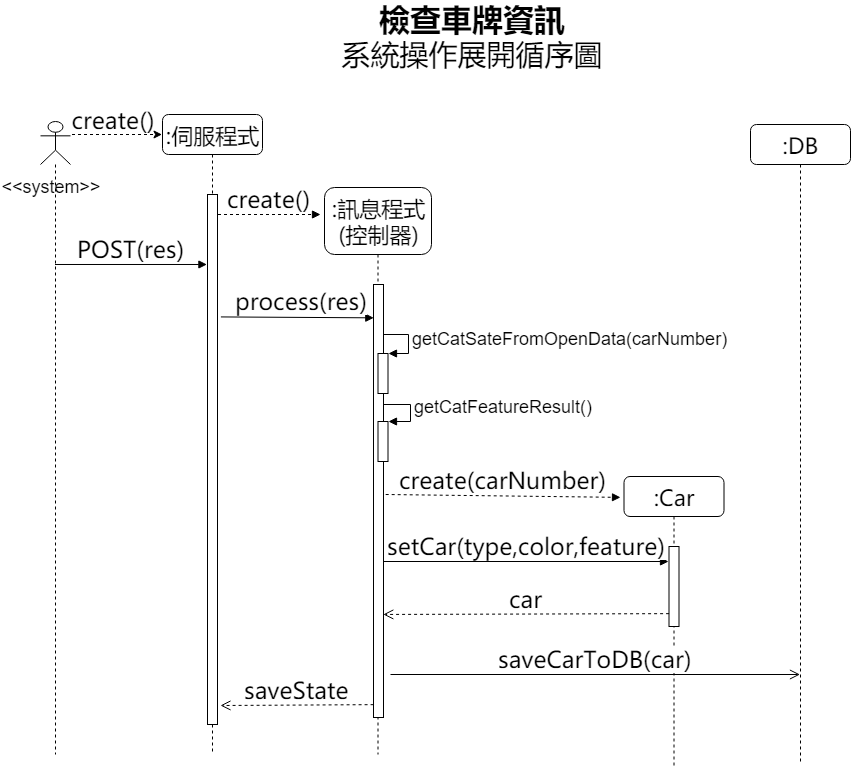
YoShane/OO_Assignment keeps this draw.io diagram as sequence_diagram2.png. Above is the earlier version. Source tidied: cells renumbered, new cells last; positions are measured from the earlier drawing's top-left corner, leaving out a move shared by most shapes. The source it was exported from:
```xml
<mxGraphModel background="#ffffff">
  <root>
    <mxCell id="0" />
    <mxCell id="1" parent="0" />
    <mxCell id="2" value="&lt;font style=&quot;font-size: 31px&quot;&gt;&lt;b&gt;檢查車牌資訊&lt;/b&gt;&lt;/font&gt;&lt;br&gt;系統操作展開循序圖" style="text;html=1;strokeColor=none;fillColor=none;align=center;verticalAlign=middle;whiteSpace=wrap;rounded=0;fontFamily= Microsoft Yahei;fontSize=29;" parent="1" vertex="1">
      <mxGeometry x="280" width="323" height="20" as="geometry" />
    </mxCell>
    <mxCell id="3" value=":訊息程式&lt;br&gt;(控制器)" style="shape=umlLifeline;perimeter=lifelinePerimeter;whiteSpace=wrap;html=1;rounded=1;shadow=0;comic=0;labelBackgroundColor=none;strokeColor=#000000;strokeWidth=1;fillColor=#FFFFFF;fontFamily= Microsoft Yahei;fontSize=22;fontColor=#000000;align=center;size=67;" parent="1" vertex="1">
      <mxGeometry x="294" y="163" width="107" height="567" as="geometry" />
    </mxCell>
    <mxCell id="4" style="html=1;points=[];perimeter=orthogonalPerimeter;rounded=0;shadow=0;comic=0;labelBackgroundColor=none;strokeColor=#000000;strokeWidth=1;fillColor=#FFFFFF;fontFamily= Microsoft Yahei;fontSize=23;fontColor=#000000;align=center;" parent="3" vertex="1">
      <mxGeometry x="49" y="97" width="10" height="433" as="geometry" />
    </mxCell>
    <mxCell id="5" style="html=1;points=[];perimeter=orthogonalPerimeter;" parent="3" vertex="1">
      <mxGeometry x="53.5" y="166" width="10" height="40" as="geometry" />
    </mxCell>
    <mxCell id="6" value="getCatSateFromOpenData(carNumber)" style="edgeStyle=orthogonalEdgeStyle;html=1;align=left;spacingLeft=2;endArrow=block;rounded=0;entryX=1;entryY=0;fontSize=18;" parent="3" edge="1" target="5">
      <mxGeometry relative="1" as="geometry">
        <mxPoint x="58.5" y="151" as="sourcePoint" />
        <Array as="points">
          <mxPoint x="59" y="147" />
          <mxPoint x="84" y="147" />
          <mxPoint x="84" y="166" />
        </Array>
      </mxGeometry>
    </mxCell>
    <mxCell id="7" style="html=1;points=[];perimeter=orthogonalPerimeter;" parent="3" vertex="1">
      <mxGeometry x="53.5" y="234" width="10" height="40" as="geometry" />
    </mxCell>
    <mxCell id="8" value="getCatFeatureResult()" style="edgeStyle=orthogonalEdgeStyle;html=1;align=left;spacingLeft=2;endArrow=block;rounded=0;entryX=1;entryY=0;fontSize=18;exitX=0.983;exitY=0.293;exitDx=0;exitDy=0;exitPerimeter=0;" parent="3" edge="1" source="4" target="7">
      <mxGeometry relative="1" as="geometry">
        <Array as="points">
          <mxPoint x="86" y="217" />
          <mxPoint x="86" y="234" />
        </Array>
      </mxGeometry>
    </mxCell>
    <mxCell id="9" value=":DB" style="shape=umlLifeline;perimeter=lifelinePerimeter;whiteSpace=wrap;html=1;outlineConnect=0;rounded=1;shadow=0;comic=0;labelBackgroundColor=none;strokeColor=#000000;strokeWidth=1;fillColor=#FFFFFF;fontFamily= Microsoft Yahei;fontSize=22;fontColor=#000000;align=center;" parent="1" vertex="1">
      <mxGeometry x="720" y="100" width="100" height="640" as="geometry" />
    </mxCell>
    <mxCell id="10" value=":Car" style="shape=umlLifeline;perimeter=lifelinePerimeter;whiteSpace=wrap;html=1;outlineConnect=0;rounded=1;shadow=0;comic=0;labelBackgroundColor=none;strokeColor=#000000;strokeWidth=1;fillColor=#FFFFFF;fontFamily= Microsoft Yahei;fontSize=22;fontColor=#000000;align=center;" parent="1" vertex="1">
      <mxGeometry x="593.5" y="452" width="100" height="290" as="geometry" />
    </mxCell>
    <mxCell id="11" style="html=1;perimeter=orthogonalPerimeter;rounded=0;shadow=0;comic=0;labelBackgroundColor=none;strokeColor=#000000;strokeWidth=1;fillColor=#FFFFFF;fontFamily= Microsoft Yahei;fontSize=23;fontColor=#000000;align=center;" parent="10" vertex="1">
      <mxGeometry x="45" y="70" width="10" height="80" as="geometry" />
    </mxCell>
    <mxCell id="12" value=":伺服程式" style="shape=umlLifeline;perimeter=lifelinePerimeter;whiteSpace=wrap;html=1;rounded=1;shadow=0;comic=0;labelBackgroundColor=none;strokeColor=#000000;strokeWidth=1;fillColor=#FFFFFF;fontFamily= Microsoft Yahei;fontSize=22;fontColor=#000000;align=center;" parent="1" vertex="1">
      <mxGeometry x="132" y="90" width="100" height="640" as="geometry" />
    </mxCell>
    <mxCell id="13" style="html=1;points=[];perimeter=orthogonalPerimeter;rounded=0;shadow=0;comic=0;labelBackgroundColor=none;strokeColor=#000000;strokeWidth=1;fillColor=#FFFFFF;fontFamily= Microsoft Yahei;fontSize=23;fontColor=#000000;align=center;" parent="12" vertex="1">
      <mxGeometry x="45" y="80" width="10" height="530" as="geometry" />
    </mxCell>
    <mxCell id="14" value="create()" style="html=1;verticalAlign=bottom;endArrow=block;labelBackgroundColor=none;fontFamily= Microsoft Yahei;fontSize=23;elbow=vertical;dashed=1;" parent="1" edge="1">
      <mxGeometry relative="1" as="geometry">
        <mxPoint x="187.5" y="190" as="sourcePoint" />
        <mxPoint x="290" y="190" as="targetPoint" />
      </mxGeometry>
    </mxCell>
    <mxCell id="15" value="&lt;span style=&quot;font-size: 23px;&quot;&gt;create(carNumber)&lt;/span&gt;" style="html=1;verticalAlign=bottom;endArrow=block;labelBackgroundColor=none;fontFamily= Microsoft Yahei;fontSize=23;elbow=vertical;exitX=1.22;exitY=0.485;exitDx=0;exitDy=0;exitPerimeter=0;dashed=1;entryX=-0.035;entryY=0.072;entryDx=0;entryDy=0;entryPerimeter=0;" parent="1" edge="1" source="4" target="10">
      <mxGeometry relative="1" as="geometry" />
    </mxCell>
    <mxCell id="16" value="setCar(type,color,feature)" style="html=1;verticalAlign=bottom;endArrow=block;fontSize=23;fontFamily= Microsoft Yahei;" parent="1" edge="1">
      <mxGeometry relative="1" as="geometry">
        <mxPoint x="353" y="537" as="sourcePoint" />
        <mxPoint x="638" y="537" as="targetPoint" />
      </mxGeometry>
    </mxCell>
    <mxCell id="17" value="car" style="html=1;verticalAlign=bottom;endArrow=open;dashed=1;endSize=8;fontSize=23;exitX=-0.241;exitY=0.838;exitDx=0;exitDy=0;exitPerimeter=0;entryX=0.98;entryY=0.762;entryDx=0;entryDy=0;entryPerimeter=0;fontFamily= Microsoft Yahei;" parent="1" edge="1" target="4">
      <mxGeometry relative="1" as="geometry">
        <mxPoint x="638.6" y="589.2" as="sourcePoint" />
      </mxGeometry>
    </mxCell>
    <mxCell id="18" style="edgeStyle=none;rounded=0;orthogonalLoop=1;jettySize=auto;html=1;dashed=1;fontSize=23;fontFamily= Microsoft Yahei;" parent="1" edge="1">
      <mxGeometry relative="1" as="geometry">
        <mxPoint x="41.5" y="110" as="sourcePoint" />
        <mxPoint x="131.5" y="110" as="targetPoint" />
      </mxGeometry>
    </mxCell>
    <mxCell id="19" value="&lt;span style=&quot;font-size: 23px; white-space: nowrap;&quot;&gt;create()&lt;/span&gt;" style="text;html=1;strokeColor=none;fillColor=none;align=center;verticalAlign=middle;whiteSpace=wrap;rounded=0;fontSize=23;fontFamily= Microsoft Yahei;" parent="1" vertex="1">
      <mxGeometry x="61.5" y="85" width="40" height="20" as="geometry" />
    </mxCell>
    <mxCell id="20" style="shape=umlLifeline;participant=umlActor;perimeter=lifelinePerimeter;whiteSpace=wrap;html=1;verticalAlign=top;spacingTop=36;labelBackgroundColor=#ffffff;outlineConnect=0;fontSize=23;fontFamily= Microsoft Yahei;size=43;" parent="1" vertex="1">
      <mxGeometry x="10" y="97" width="30" height="633" as="geometry" />
    </mxCell>
    <mxCell id="21" value="&amp;lt;&amp;lt;system&amp;gt;&amp;gt;" style="text;html=1;strokeColor=none;fillColor=none;align=center;verticalAlign=middle;whiteSpace=wrap;rounded=0;fontSize=18;" parent="20" vertex="1">
      <mxGeometry x="-10" y="56" width="40" height="20" as="geometry" />
    </mxCell>
    <mxCell id="22" value="&lt;font style=&quot;font-size: 23px&quot;&gt;process(res)&lt;/font&gt;" style="html=1;verticalAlign=bottom;endArrow=block;fontSize=23;fontFamily= Microsoft Yahei;entryX=0.03;entryY=0.077;entryDx=0;entryDy=0;entryPerimeter=0;exitX=1.34;exitY=0.231;exitDx=0;exitDy=0;exitPerimeter=0;" parent="1" edge="1" source="13" target="4">
      <mxGeometry x="0.06" y="1" relative="1" as="geometry" />
    </mxCell>
    <mxCell id="23" value="&lt;font style=&quot;font-size: 23px&quot;&gt;POST(res)&lt;/font&gt;" style="html=1;verticalAlign=bottom;endArrow=block;fontSize=23;entryX=0.044;entryY=0.157;entryDx=0;entryDy=0;entryPerimeter=0;fontFamily= Microsoft Yahei;" parent="1" edge="1" source="20">
      <mxGeometry relative="1" as="geometry">
        <mxPoint x="176.4" y="240" as="targetPoint" />
      </mxGeometry>
    </mxCell>
    <mxCell id="24" value="saveCarToDB(car)" style="html=1;verticalAlign=bottom;endArrow=open;endSize=8;fontSize=23;fontFamily= Microsoft Yahei;" parent="1" edge="1" target="9">
      <mxGeometry relative="1" as="geometry">
        <mxPoint x="360" y="650" as="sourcePoint" />
      </mxGeometry>
    </mxCell>
    <mxCell id="25" value="saveState" style="html=1;verticalAlign=bottom;endArrow=open;dashed=1;endSize=8;fontSize=23;exitX=-0.241;exitY=0.838;exitDx=0;exitDy=0;exitPerimeter=0;fontFamily= Microsoft Yahei;" parent="1" edge="1">
      <mxGeometry relative="1" as="geometry">
        <mxPoint x="343.1" y="680.2" as="sourcePoint" />
        <mxPoint x="190" y="681" as="targetPoint" />
      </mxGeometry>
    </mxCell>
  </root>
</mxGraphModel>
```
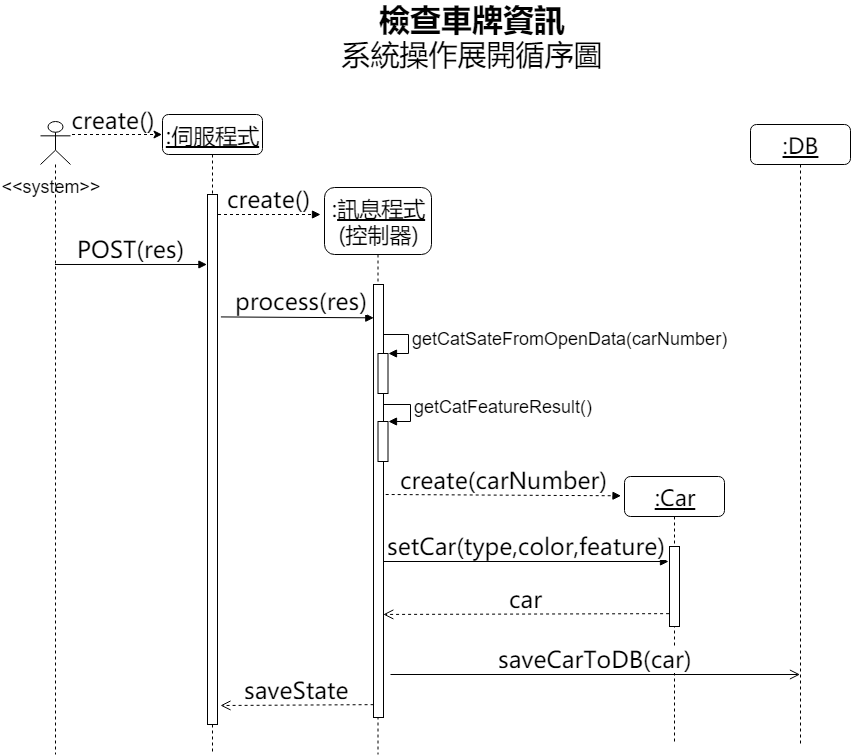
Later version of the same file.

What changed in the source:
```diff
@@ -5,7 +5,7 @@
     <mxCell id="2" value="&lt;font style=&quot;font-size: 31px&quot;&gt;&lt;b&gt;檢查車牌資訊&lt;/b&gt;&lt;/font&gt;&lt;br&gt;系統操作展開循序圖" style="text;html=1;strokeColor=none;fillColor=none;align=center;verticalAlign=middle;whiteSpace=wrap;rounded=0;fontFamily= Microsoft Yahei;fontSize=29;" parent="1" vertex="1">
       <mxGeometry x="280" width="323" height="20" as="geometry" />
     </mxCell>
-    <mxCell id="3" value=":訊息程式&lt;br&gt;(控制器)" style="shape=umlLifeline;perimeter=lifelinePerimeter;whiteSpace=wrap;html=1;rounded=1;shadow=0;comic=0;labelBackgroundColor=none;strokeColor=#000000;strokeWidth=1;fillColor=#FFFFFF;fontFamily= Microsoft Yahei;fontSize=22;fontColor=#000000;align=center;size=67;" parent="1" vertex="1">
+    <mxCell id="3" value=":&lt;u&gt;訊息程式&lt;/u&gt;&lt;br&gt;(控制器)" style="shape=umlLifeline;perimeter=lifelinePerimeter;whiteSpace=wrap;html=1;rounded=1;shadow=0;comic=0;labelBackgroundColor=none;strokeColor=#000000;strokeWidth=1;fillColor=#FFFFFF;fontFamily= Microsoft Yahei;fontSize=22;fontColor=#000000;align=center;size=67;" parent="1" vertex="1">
       <mxGeometry x="294" y="163" width="107" height="567" as="geometry" />
     </mxCell>
     <mxCell id="4" style="html=1;points=[];perimeter=orthogonalPerimeter;rounded=0;shadow=0;comic=0;labelBackgroundColor=none;strokeColor=#000000;strokeWidth=1;fillColor=#FFFFFF;fontFamily= Microsoft Yahei;fontSize=23;fontColor=#000000;align=center;" parent="3" vertex="1">
@@ -35,16 +35,16 @@
         </Array>
       </mxGeometry>
     </mxCell>
-    <mxCell id="9" value=":DB" style="shape=umlLifeline;perimeter=lifelinePerimeter;whiteSpace=wrap;html=1;outlineConnect=0;rounded=1;shadow=0;comic=0;labelBackgroundColor=none;strokeColor=#000000;strokeWidth=1;fillColor=#FFFFFF;fontFamily= Microsoft Yahei;fontSize=22;fontColor=#000000;align=center;" parent="1" vertex="1">
-      <mxGeometry x="720" y="100" width="100" height="640" as="geometry" />
+    <mxCell id="9" value=":DB" style="shape=umlLifeline;perimeter=lifelinePerimeter;whiteSpace=wrap;html=1;outlineConnect=0;rounded=1;shadow=0;comic=0;labelBackgroundColor=none;strokeColor=#000000;strokeWidth=1;fillColor=#FFFFFF;fontFamily= Microsoft Yahei;fontSize=22;fontColor=#000000;align=center;fontStyle=4;" parent="1" vertex="1">
+      <mxGeometry x="720" y="100" width="100" height="620" as="geometry" />
     </mxCell>
-    <mxCell id="10" value=":Car" style="shape=umlLifeline;perimeter=lifelinePerimeter;whiteSpace=wrap;html=1;outlineConnect=0;rounded=1;shadow=0;comic=0;labelBackgroundColor=none;strokeColor=#000000;strokeWidth=1;fillColor=#FFFFFF;fontFamily= Microsoft Yahei;fontSize=22;fontColor=#000000;align=center;" parent="1" vertex="1">
-      <mxGeometry x="593.5" y="452" width="100" height="290" as="geometry" />
+    <mxCell id="10" value=":Car" style="shape=umlLifeline;perimeter=lifelinePerimeter;whiteSpace=wrap;html=1;outlineConnect=0;rounded=1;shadow=0;comic=0;labelBackgroundColor=none;strokeColor=#000000;strokeWidth=1;fillColor=#FFFFFF;fontFamily= Microsoft Yahei;fontSize=22;fontColor=#000000;align=center;fontStyle=4;" parent="1" vertex="1">
+      <mxGeometry x="594" y="452" width="100" height="268" as="geometry" />
     </mxCell>
     <mxCell id="11" style="html=1;perimeter=orthogonalPerimeter;rounded=0;shadow=0;comic=0;labelBackgroundColor=none;strokeColor=#000000;strokeWidth=1;fillColor=#FFFFFF;fontFamily= Microsoft Yahei;fontSize=23;fontColor=#000000;align=center;" parent="10" vertex="1">
       <mxGeometry x="45" y="70" width="10" height="80" as="geometry" />
     </mxCell>
-    <mxCell id="12" value=":伺服程式" style="shape=umlLifeline;perimeter=lifelinePerimeter;whiteSpace=wrap;html=1;rounded=1;shadow=0;comic=0;labelBackgroundColor=none;strokeColor=#000000;strokeWidth=1;fillColor=#FFFFFF;fontFamily= Microsoft Yahei;fontSize=22;fontColor=#000000;align=center;" parent="1" vertex="1">
+    <mxCell id="12" value=":伺服程式" style="shape=umlLifeline;perimeter=lifelinePerimeter;whiteSpace=wrap;html=1;rounded=1;shadow=0;comic=0;labelBackgroundColor=none;strokeColor=#000000;strokeWidth=1;fillColor=#FFFFFF;fontFamily= Microsoft Yahei;fontSize=22;fontColor=#000000;align=center;fontStyle=4;" parent="1" vertex="1">
       <mxGeometry x="132" y="90" width="100" height="640" as="geometry" />
     </mxCell>
     <mxCell id="13" style="html=1;points=[];perimeter=orthogonalPerimeter;rounded=0;shadow=0;comic=0;labelBackgroundColor=none;strokeColor=#000000;strokeWidth=1;fillColor=#FFFFFF;fontFamily= Microsoft Yahei;fontSize=23;fontColor=#000000;align=center;" parent="12" vertex="1">
```
